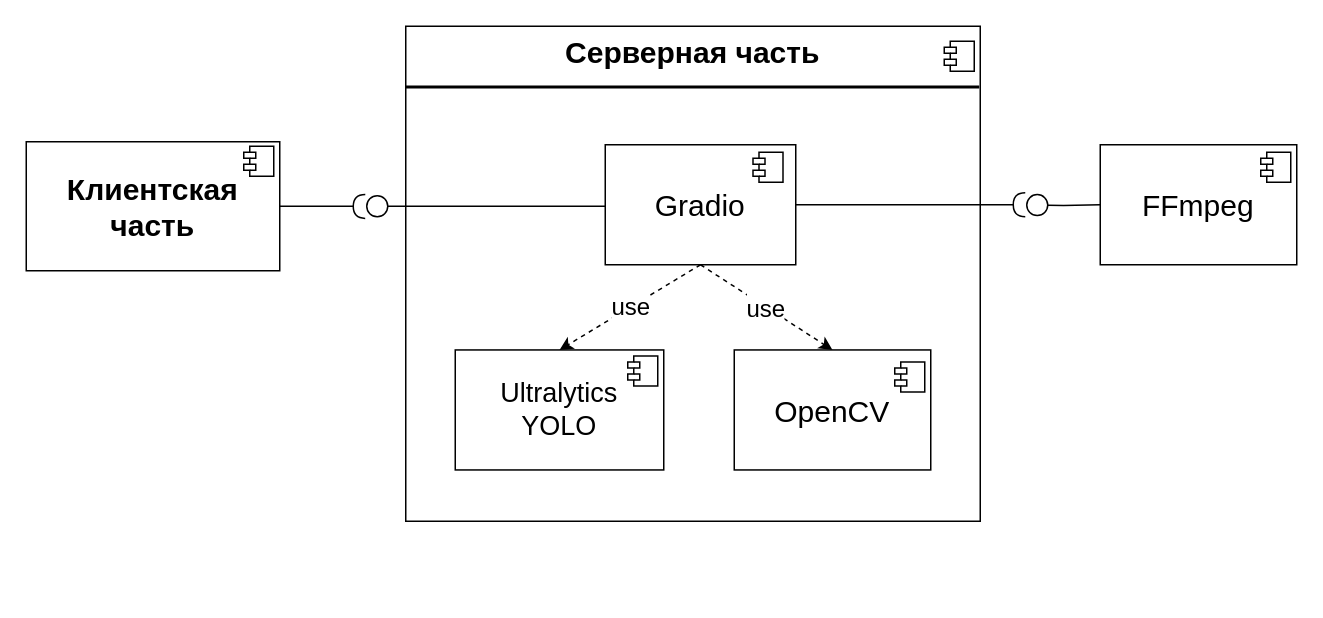
The draw.io diagram page "Страница — 3" (3 of 3) of ВКР/Диаграмма.drawio in FaceMan01/Homework, before the edit. Source tidied: cells renumbered, new cells numbered last; positions are measured from the earlier drawing's top-left corner, leaving out a move shared by most shapes. Both pictures are drawn from the tidied source at 150%, with x=0, y=0 at pixel (26, 26).
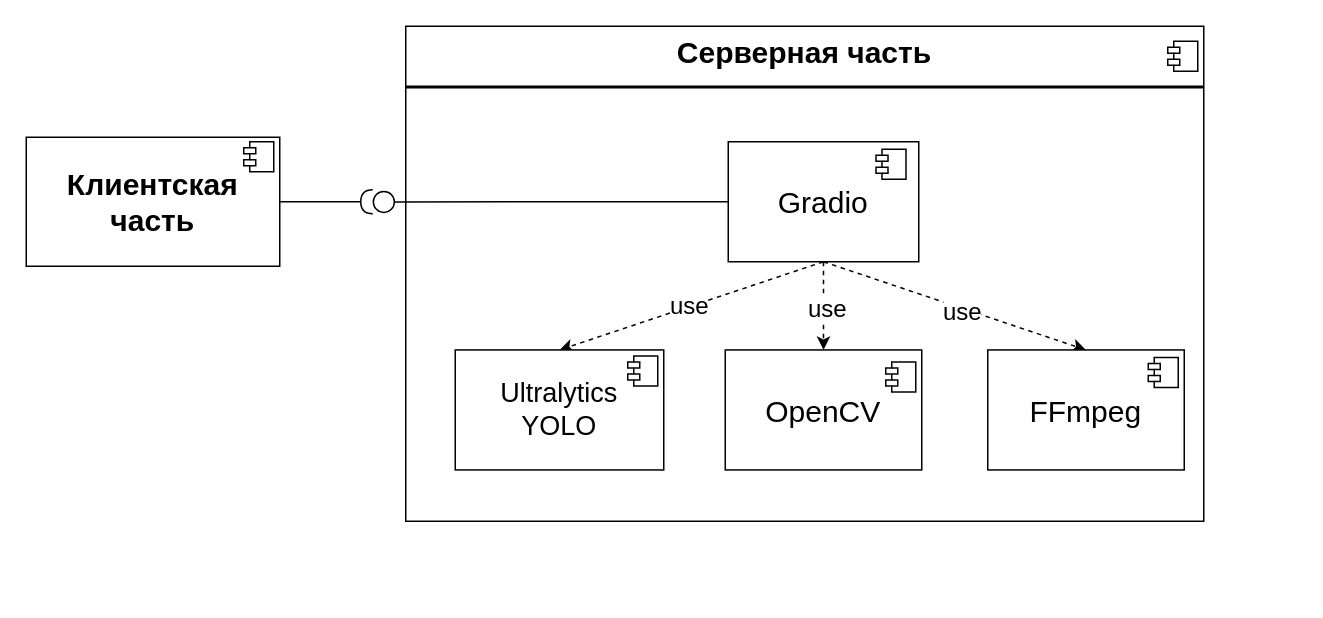
The same page after the edit.

The edit, as a diff of the source:
```diff
@@
     <mxCell id="2" value="&lt;p style=&quot;margin:0px;margin-top:6px;text-align:center;&quot;&gt;&lt;b&gt;Серверная часть&lt;/b&gt;&lt;/p&gt;&lt;hr style=&quot;border-style:solid;&quot;&gt;&lt;p style=&quot;margin:0px;margin-left:8px;&quot;&gt;&lt;br&gt;&lt;/p&gt;" style="align=left;overflow=fill;html=1;whiteSpace=wrap;fontSize=20;" parent="1" vertex="1">
-      <mxGeometry x="253" width="383" height="330" as="geometry" />
+      <mxGeometry x="253" width="532" height="330" as="geometry" />
     </mxCell>
@@
-    <mxCell id="4" style="edgeStyle=orthogonalEdgeStyle;rounded=0;jettySize=auto;html=1;exitX=1;exitY=0.5;exitDx=0;exitDy=0;endArrow=halfCircle;endFill=0;" parent="1" edge="1" source="5">
+    <mxCell id="4" style="edgeStyle=orthogonalEdgeStyle;rounded=0;orthogonalLoop=1;jettySize=auto;html=1;exitX=1;exitY=0.5;exitDx=0;exitDy=0;endArrow=halfCircle;endFill=0;" parent="1" edge="1">
       <mxGeometry relative="1" as="geometry">
-        <mxPoint x="226" y="120.1" as="targetPoint" />
+        <mxPoint x="168" y="116" as="sourcePoint" />
+        <mxPoint x="231" y="117" as="targetPoint" />
+        <Array as="points">
+          <mxPoint x="168" y="117" />
+          <mxPoint x="222" y="117" />
+        </Array>
       </mxGeometry>
     </mxCell>
     <mxCell id="5" value="&lt;b&gt;Клиентская&lt;br&gt;часть&lt;/b&gt;" style="rounded=0;whiteSpace=wrap;html=1;fontSize=20;" parent="1" vertex="1">
-      <mxGeometry y="77" width="169" height="86" as="geometry" />
+      <mxGeometry y="74" width="169" height="86" as="geometry" />
     </mxCell>
     <mxCell id="6" style="shape=component;jettyWidth=8;jettyHeight=4;fontSize=20;" parent="1" vertex="1">
-      <mxGeometry x="145" y="80" width="20" height="20" as="geometry" />
+      <mxGeometry x="145" y="77" width="20" height="20" as="geometry" />
     </mxCell>
-    <mxCell id="7" style="edgeStyle=orthogonalEdgeStyle;rounded=0;orthogonalLoop=1;jettySize=auto;html=1;exitX=0;exitY=0.5;exitDx=0;exitDy=0;endArrow=circle;endFill=0;" parent="1" edge="1">
-      <mxGeometry relative="1" as="geometry">
-        <mxPoint x="386" y="120" as="sourcePoint" />
-        <mxPoint x="226" y="120" as="targetPoint" />
-      </mxGeometry>
-    </mxCell>
-    <mxCell id="8" style="edgeStyle=orthogonalEdgeStyle;rounded=0;jettySize=auto;html=1;exitX=1;exitY=0.5;exitDx=0;exitDy=0;endArrow=halfCircle;endFill=0;" parent="1" edge="1" source="13">
-      <mxGeometry relative="1" as="geometry">
-        <mxPoint x="666" y="119" as="targetPoint" />
-      </mxGeometry>
-    </mxCell>
@@
+    <mxCell id="23" value="use" style="rounded=0;orthogonalLoop=1;jettySize=auto;html=1;exitX=0.5;exitY=1;exitDx=0;exitDy=0;entryX=0.5;entryY=0;entryDx=0;entryDy=0;dashed=1;fontSize=16;" parent="1" edge="1">
+      <mxGeometry x="0.06" y="-2" relative="1" as="geometry">
+        <mxPoint x="531.5" y="157" as="sourcePoint" />
+        <mxPoint x="706.5" y="215.8" as="targetPoint" />
+      </mxGeometry>
+    </mxCell>
+    <mxCell id="24" style="edgeStyle=orthogonalEdgeStyle;rounded=0;jettySize=auto;html=1;exitX=0;exitY=0.5;exitDx=0;exitDy=0;endArrow=circle;endFill=0;" parent="1" edge="1" source="13">
+      <mxGeometry relative="1" as="geometry">
+        <mxPoint x="230.4" y="117.1" as="targetPoint" />
+      </mxGeometry>
+    </mxCell>
     <mxCell id="13" value="Gradio" style="rounded=0;whiteSpace=wrap;html=1;fontSize=20;" parent="1" vertex="1">
-      <mxGeometry x="386" y="79" width="127" height="80" as="geometry" />
+      <mxGeometry x="468" y="77" width="127" height="80" as="geometry" />
     </mxCell>
-    <mxCell id="14" style="edgeStyle=orthogonalEdgeStyle;rounded=0;orthogonalLoop=1;jettySize=auto;html=1;exitX=0;exitY=0.5;exitDx=0;exitDy=0;endArrow=circle;endFill=0;" parent="1" edge="1">
-      <mxGeometry relative="1" as="geometry">
-        <mxPoint x="716" y="119" as="sourcePoint" />
-        <mxPoint x="666" y="119.1" as="targetPoint" />
-      </mxGeometry>
-    </mxCell>
     <mxCell id="15" value="FFmpeg" style="rounded=0;whiteSpace=wrap;html=1;fontSize=20;" parent="1" vertex="1">
-      <mxGeometry x="716" y="79" width="131" height="80" as="geometry" />
+      <mxGeometry x="641" y="215.8" width="131" height="80" as="geometry" />
     </mxCell>
     <mxCell id="16" style="shape=component;jettyWidth=8;jettyHeight=4;fontSize=18;" parent="1" vertex="1">
-      <mxGeometry x="823" y="84" width="20" height="20" as="geometry" />
+      <mxGeometry x="748" y="220.8" width="20" height="20" as="geometry" />
     </mxCell>
@@
     <mxCell id="19" value="OpenCV" style="rounded=0;whiteSpace=wrap;html=1;fontSize=20;" parent="1" vertex="1">
-      <mxGeometry x="472" y="215.8" width="131" height="80" as="geometry" />
+      <mxGeometry x="466" y="215.8" width="131" height="80" as="geometry" />
     </mxCell>
     <mxCell id="20" style="shape=component;jettyWidth=8;jettyHeight=4;fontSize=18;" parent="1" vertex="1">
-      <mxGeometry x="579" y="223.8" width="20" height="20" as="geometry" />
+      <mxGeometry x="573" y="223.8" width="20" height="20" as="geometry" />
     </mxCell>
     <mxCell id="21" style="shape=component;jettyWidth=8;jettyHeight=4;fontSize=18;" parent="1" vertex="1">
-      <mxGeometry x="484.5" y="84" width="20" height="20" as="geometry" />
+      <mxGeometry x="566.5" y="82" width="20" height="20" as="geometry" />
     </mxCell>
```
